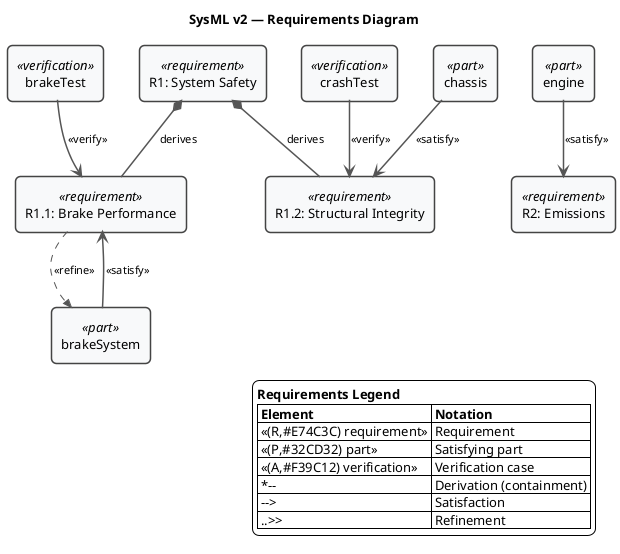
Before: plantuml-examples/05-requirements.png, a diagram exported from PlantUML (mycr0ft/sysmlpy).
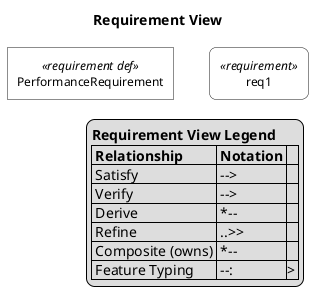
Later version of the same file.

Diff of the diagram source:
```diff
@@ -1,63 +1,38 @@
 @startuml
 
-<style>
-root {
-    BackGroundColor white
-    FontName Helvetica
-    FontSize 13
+skinparam monochrome true
+skinparam wrapWidth 400
+skinparam defaultFontSize 12
+skinparam defaultFontName Helvetica
+
+skinparam rectangle<<requirement def>> {
+    RoundCorner 0
+    BackgroundColor white
 }
-rectangle {
-    RoundCorner 10
-    LineColor #444444
-    LineThickness 1.5
-    BackgroundColor #F8F9FA
-    Padding 10
+skinparam rectangle<<requirement>> {
+    RoundCorner 15
+    BackgroundColor white
 }
-arrow {
-    FontSize 11
-    LineColor #555555
-    LineThickness 1.5
-}
-</style>
 
-skinparam wrapWidth 400
+top to bottom direction
+
+title Requirement View
+
 hide circle
 
-title SysML v2 — Requirements Diagram
+rectangle "PerformanceRequirement" as E1 <<requirement def>>
+rectangle "req1" as E2 <<requirement>>
 
-rectangle "R1: System Safety" as R1 <<(R,#E74C3C) requirement>>
-rectangle "R1.1: Brake Performance" as R11 <<(R,#E74C3C) requirement>>
-rectangle "R1.2: Structural Integrity" as R12 <<(R,#E74C3C) requirement>>
-rectangle "R2: Emissions" as R2 <<(R,#E74C3C) requirement>>
-
-rectangle "brakeSystem" as BS <<(P,#32CD32) part>>
-rectangle "chassis" as CH <<(P,#32CD32) part>>
-rectangle "engine" as ENG <<(P,#32CD32) part>>
-
-R1 *-- R11 : derives
-R1 *-- R12 : derives
-
-BS --> R11 : <<satisfy>>
-CH --> R12 : <<satisfy>>
-ENG --> R2 : <<satisfy>>
-
-rectangle "brakeTest" as BT <<(A,#F39C12) verification>>
-rectangle "crashTest" as CT <<(A,#F39C12) verification>>
-
-BT --> R11 : <<verify>>
-CT --> R12 : <<verify>>
-
-R11 ..>> BS : <<refine>>
 
 legend right
-  <b>Requirements Legend</b>
-  |= Element |= Notation |
-  | <<(R,#E74C3C) requirement>> | Requirement |
-  | <<(P,#32CD32) part>> | Satisfying part |
-  | <<(A,#F39C12) verification>> | Verification case |
-  | *-- | Derivation (containment) |
-  | --> | Satisfaction |
-  | ..>> | Refinement |
+  <b>Requirement View Legend</b>
+  |= Relationship |= Notation |
+  | Satisfy | --> |
+  | Verify | --> |
+  | Derive | *-- |
+  | Refine | ..>> |
+  | Composite (owns) | *-- |
+  | Feature Typing | --:|> |
 endlegend
 
 @enduml
```
